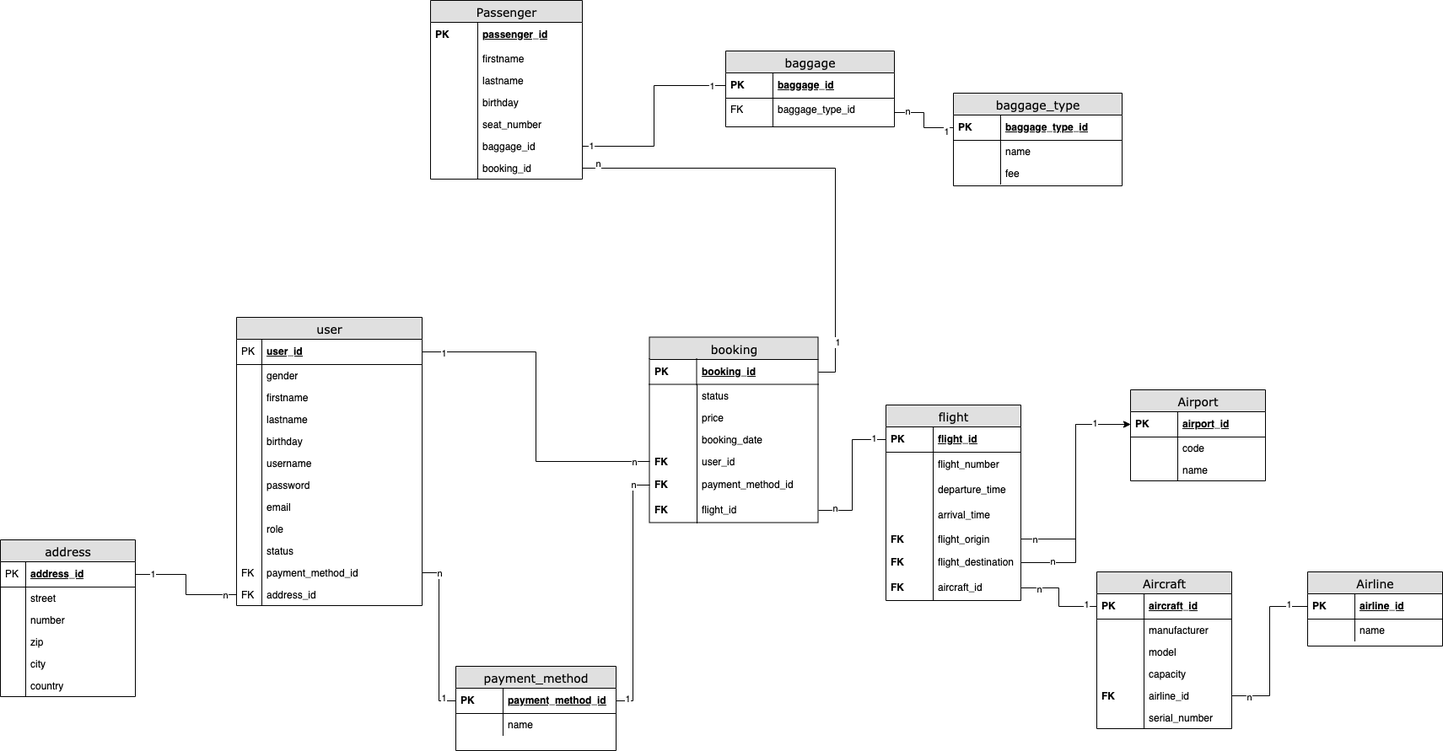
This is bweng/db/DB-SCHEMA-8.drawio.png from wi22b017/ws24-weng, a draw.io export, as it was before one commit. Source tidied: cells renumbered, new cells last; positions are measured from the earlier drawing's top-left corner, leaving out a move shared by most shapes.
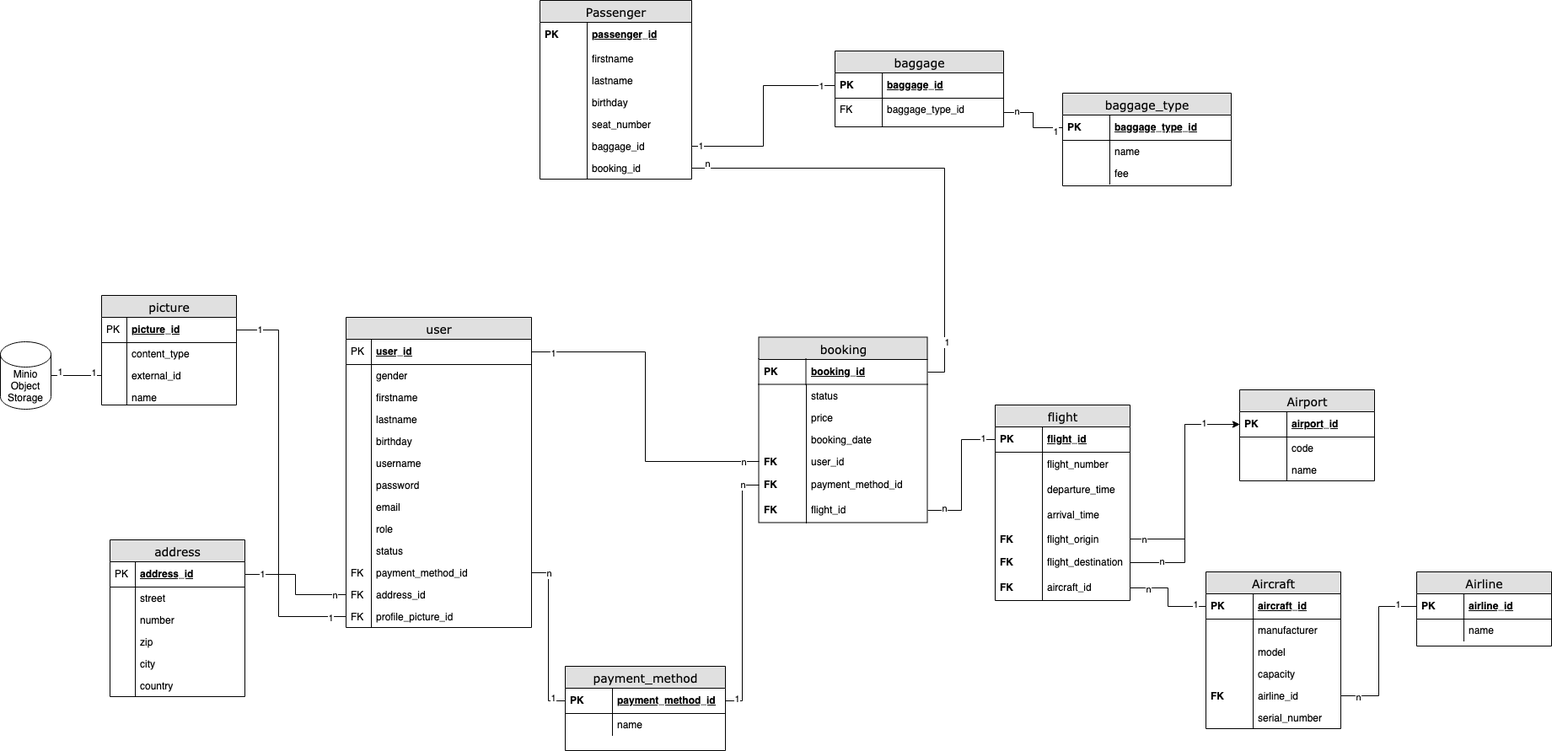
The same diagram one commit later.

The edit, as a diff of the source:
```diff
@@ -93,7 +93,7 @@
       <mxGeometry width="56" height="30" as="geometry" />
     </mxCell>
     <mxCell id="32" value="user" style="swimlane;html=1;fontStyle=0;horizontal=1;startSize=26;fillColor=#e0e0e0;swimlaneFillColor=#ffffff;align=center;rounded=0;shadow=0;comic=0;labelBackgroundColor=none;strokeWidth=1;fontFamily=Verdana;fontSize=14;" parent="1" vertex="1">
-      <mxGeometry x="280" y="376" width="220" height="342" as="geometry" />
+      <mxGeometry x="280" y="376" width="220" height="368" as="geometry" />
     </mxCell>
     <mxCell id="33" value="user_id" style="shape=partialRectangle;top=0;left=0;right=0;bottom=1;html=1;align=left;verticalAlign=middle;fillColor=none;spacingLeft=34;spacingRight=4;whiteSpace=wrap;overflow=hidden;points=[[0,0.5],[1,0.5]];portConstraint=eastwest;fontStyle=5;" parent="32" vertex="1">
       <mxGeometry y="26" width="220" height="30" as="geometry" />
@@ -167,6 +167,12 @@
     <mxCell id="56" value="FK" style="shape=partialRectangle;top=0;left=0;bottom=0;html=1;fillColor=none;align=left;verticalAlign=top;spacingLeft=4;spacingRight=4;whiteSpace=wrap;overflow=hidden;" parent="55" vertex="1">
       <mxGeometry width="30" height="26" as="geometry" />
     </mxCell>
+    <mxCell id="162" value="profile_picture_id" style="shape=partialRectangle;top=0;left=0;right=0;bottom=0;html=1;align=left;verticalAlign=top;fillColor=none;spacingLeft=34;spacingRight=4;whiteSpace=wrap;overflow=hidden;points=[[0,0.5],[1,0.5]];portConstraint=eastwest;fontStyle=0;" parent="32" vertex="1">
+      <mxGeometry y="342" width="220" height="26" as="geometry" />
+    </mxCell>
+    <mxCell id="163" value="FK" style="shape=partialRectangle;top=0;left=0;bottom=0;html=1;fillColor=none;align=left;verticalAlign=top;spacingLeft=4;spacingRight=4;whiteSpace=wrap;overflow=hidden;" parent="162" vertex="1">
+      <mxGeometry width="30" height="26" as="geometry" />
+    </mxCell>
     <mxCell id="57" value="address" style="swimlane;html=1;fontStyle=0;horizontal=1;startSize=26;fillColor=#e0e0e0;swimlaneFillColor=#ffffff;align=center;rounded=0;shadow=0;comic=0;labelBackgroundColor=none;strokeWidth=1;fontFamily=Verdana;fontSize=14;" parent="1" vertex="1">
       <mxGeometry y="640" width="160" height="186" as="geometry" />
     </mxCell>
@@ -492,5 +498,62 @@
         <mxPoint x="-1" y="-1" as="offset" />
       </mxGeometry>
     </mxCell>
+    <mxCell id="164" value="picture" style="swimlane;html=1;fontStyle=0;horizontal=1;startSize=26;fillColor=#e0e0e0;swimlaneFillColor=#ffffff;align=center;rounded=0;shadow=0;comic=0;labelBackgroundColor=none;strokeWidth=1;fontFamily=Verdana;fontSize=14;" parent="1" vertex="1">
+      <mxGeometry x="-10" y="350" width="160" height="130" as="geometry" />
+    </mxCell>
+    <mxCell id="165" value="picture_id" style="shape=partialRectangle;top=0;left=0;right=0;bottom=1;html=1;align=left;verticalAlign=middle;fillColor=none;spacingLeft=34;spacingRight=4;whiteSpace=wrap;overflow=hidden;points=[[0,0.5],[1,0.5]];portConstraint=eastwest;fontStyle=5;" parent="164" vertex="1">
+      <mxGeometry y="26" width="160" height="30" as="geometry" />
+    </mxCell>
+    <mxCell id="166" value="PK" style="shape=partialRectangle;top=0;left=0;bottom=0;html=1;fillColor=none;align=left;verticalAlign=middle;spacingLeft=4;spacingRight=4;whiteSpace=wrap;overflow=hidden;" parent="165" vertex="1">
+      <mxGeometry width="30" height="30" as="geometry" />
+    </mxCell>
+    <mxCell id="167" value="content_type" style="shape=partialRectangle;top=0;left=0;right=0;bottom=0;html=1;align=left;verticalAlign=top;fillColor=none;spacingLeft=34;spacingRight=4;whiteSpace=wrap;overflow=hidden;" parent="164" vertex="1">
+      <mxGeometry y="56" width="160" height="26" as="geometry" />
+    </mxCell>
+    <mxCell id="168" style="shape=partialRectangle;top=0;left=0;bottom=0;html=1;fillColor=none;align=left;verticalAlign=top;spacingLeft=4;spacingRight=4;whiteSpace=wrap;overflow=hidden;" parent="167" vertex="1">
+      <mxGeometry width="30" height="26" as="geometry" />
+    </mxCell>
+    <mxCell id="169" value="external_id" style="shape=partialRectangle;top=0;left=0;right=0;bottom=0;html=1;align=left;verticalAlign=top;fillColor=none;spacingLeft=34;spacingRight=4;whiteSpace=wrap;overflow=hidden;points=[[0,0.5],[1,0.5]];portConstraint=eastwest;" parent="164" vertex="1">
+      <mxGeometry y="82" width="160" height="26" as="geometry" />
+    </mxCell>
+    <mxCell id="170" style="shape=partialRectangle;top=0;left=0;bottom=0;html=1;fillColor=none;align=left;verticalAlign=top;spacingLeft=4;spacingRight=4;whiteSpace=wrap;overflow=hidden;" parent="169" vertex="1">
+      <mxGeometry width="30" height="26" as="geometry" />
+    </mxCell>
+    <mxCell id="171" value="name" style="shape=partialRectangle;top=0;left=0;right=0;bottom=0;html=1;align=left;verticalAlign=top;fillColor=none;spacingLeft=34;spacingRight=4;whiteSpace=wrap;overflow=hidden;" parent="164" vertex="1">
+      <mxGeometry y="108" width="160" height="22" as="geometry" />
+    </mxCell>
+    <mxCell id="172" style="shape=partialRectangle;top=0;left=0;bottom=0;html=1;fillColor=none;align=left;verticalAlign=top;spacingLeft=4;spacingRight=4;whiteSpace=wrap;overflow=hidden;" parent="171" vertex="1">
+      <mxGeometry width="30" height="22" as="geometry" />
+    </mxCell>
+    <mxCell id="173" style="edgeStyle=orthogonalEdgeStyle;rounded=0;jettySize=auto;html=1;exitX=0;exitY=0.5;exitDx=0;exitDy=0;entryX=1;entryY=0.5;entryDx=0;entryDy=0;endArrow=none;endFill=0;" parent="1" edge="1" source="162" target="165">
+      <mxGeometry relative="1" as="geometry">
+        <Array as="points">
+          <mxPoint x="200" y="731" />
+          <mxPoint x="200" y="391" />
+        </Array>
+      </mxGeometry>
+    </mxCell>
+    <mxCell id="174" value="1" style="edgeLabel;html=1;align=center;verticalAlign=middle;" parent="173" vertex="1">
+      <mxGeometry x="-0.92" y="1" relative="1" as="geometry" />
+    </mxCell>
+    <mxCell id="175" value="1" style="edgeLabel;html=1;align=center;verticalAlign=middle;" parent="173" vertex="1">
+      <mxGeometry x="0.89" y="-1" relative="1" as="geometry" />
+    </mxCell>
+    <mxCell id="176" value="&lt;div&gt;Minio&lt;/div&gt;&lt;div&gt;Object Storage&lt;br&gt;&lt;/div&gt;" style="shape=cylinder3;whiteSpace=wrap;html=1;boundedLbl=1;backgroundOutline=1;size=15;" parent="1" vertex="1">
+      <mxGeometry x="-130" y="405" width="60" height="80" as="geometry" />
+    </mxCell>
+    <mxCell id="177" style="edgeStyle=orthogonalEdgeStyle;rounded=0;jettySize=auto;html=1;exitX=0;exitY=0.5;exitDx=0;exitDy=0;entryX=1;entryY=0.5;entryDx=0;entryDy=0;entryPerimeter=0;endArrow=none;endFill=0;" parent="1" edge="1" source="169" target="176">
+      <mxGeometry relative="1" as="geometry" />
+    </mxCell>
+    <mxCell id="178" value="1" style="edgeLabel;html=1;align=center;verticalAlign=middle;" parent="177" vertex="1">
+      <mxGeometry y="-2" relative="1" as="geometry">
+        <mxPoint x="20" y="-2" as="offset" />
+      </mxGeometry>
+    </mxCell>
+    <mxCell id="179" value="1" style="edgeLabel;html=1;align=center;verticalAlign=middle;" parent="177" vertex="1">
+      <mxGeometry x="0.6" y="-1" relative="1" as="geometry">
+        <mxPoint x="-2" y="-4" as="offset" />
+      </mxGeometry>
+    </mxCell>
   </root>
 </mxGraphModel>
```
